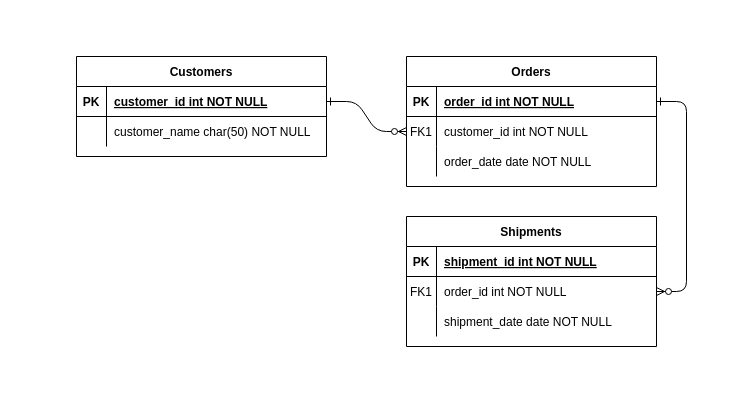
Earlier version of the draw.io diagram Структура админраздела.drawio (suetnowic/solutions_to_tasks_for_trainees). Source tidied: cells renumbered, new cells numbered last; positions are measured from the earlier drawing's top-left corner, leaving out a move shared by most shapes. Both pictures are drawn from the tidied source at 100%, with x=0, y=0 at pixel (76, 56).
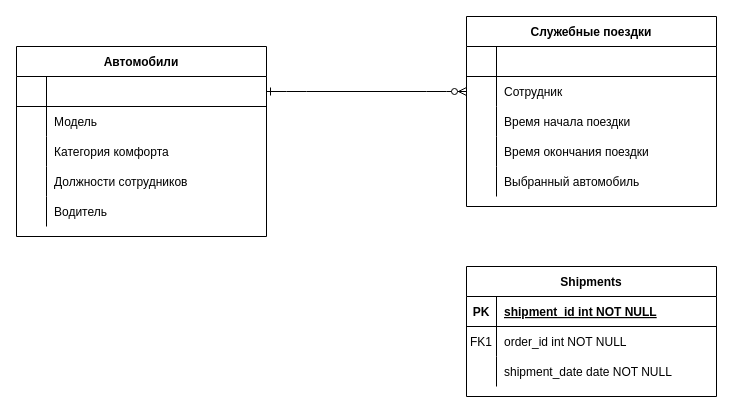
After the change.

The change refers to these unchanged cells:
```xml
<mxCell id="5" style="shape=partialRectangle;fillColor=none;points=[[0,0.5],[1,0.5]];portConstraint=eastwest;top=0;left=0;right=0;bottom=1;" parent="4" vertex="1">
  <mxGeometry y="30" width="250" height="30" as="geometry" />
</mxCell>
<mxCell id="8" style="shape=partialRectangle;fillColor=none;points=[[0,0.5],[1,0.5]];portConstraint=eastwest;top=0;left=0;right=0;bottom=0;" parent="4" vertex="1">
  <mxGeometry y="60" width="250" height="30" as="geometry" />
</mxCell>
<mxCell id="11" style="shape=partialRectangle;fillColor=none;top=0;left=0;right=0;bottom=0;" parent="4" vertex="1">
  <mxGeometry y="90" width="250" height="30" as="geometry" />
</mxCell>
<mxCell id="18" style="shape=partialRectangle;fillColor=none;points=[[0,0.5],[1,0.5]];portConstraint=eastwest;top=0;left=0;right=0;bottom=0;" parent="14" vertex="1">
  <mxGeometry y="60" width="250" height="30" as="geometry" />
</mxCell>
<mxCell id="28" style="shape=partialRectangle;fillColor=none;top=0;left=0;right=0;bottom=0;" parent="24" vertex="1">
  <mxGeometry y="60" width="250" height="30" as="geometry" />
</mxCell>
```

Change to the diagram source:
```diff
@@
-    <mxCell id="3" style="edgeStyle=entityRelationEdgeStyle;endArrow=ERzeroToMany;startArrow=ERone;endFill=1;startFill=0;" parent="1" edge="1" source="5" target="18">
-      <mxGeometry relative="1" as="geometry" />
-    </mxCell>
-    <mxCell id="4" value="Orders" style="shape=table;startSize=30;childLayout=tableLayout;rowLines=0;fontStyle=1;align=center;" parent="1" vertex="1">
-      <mxGeometry x="330" width="250" height="130" as="geometry" />
+    <mxCell id="4" value="Служебные поездки" style="shape=table;startSize=30;childLayout=tableLayout;rowLines=0;fontStyle=1;align=center;" parent="1" vertex="1">
+      <mxGeometry x="390" y="-40" width="250" height="190" as="geometry" />
     </mxCell>
@@
-    <mxCell id="6" value="PK" style="shape=partialRectangle;overflow=hidden;fillColor=none;top=0;left=0;bottom=0;right=0;fontStyle=1;" parent="5" vertex="1">
+    <mxCell id="6" style="shape=partialRectangle;overflow=hidden;fillColor=none;top=0;left=0;bottom=0;right=0;fontStyle=1;" parent="5" vertex="1">
       <mxGeometry width="30" height="30" as="geometry" />
     </mxCell>
-    <mxCell id="7" value="order_id int NOT NULL " style="shape=partialRectangle;overflow=hidden;fillColor=none;top=0;left=0;bottom=0;right=0;align=left;spacingLeft=6;fontStyle=5;" parent="5" vertex="1">
+    <mxCell id="7" style="shape=partialRectangle;overflow=hidden;fillColor=none;top=0;left=0;bottom=0;right=0;align=left;spacingLeft=6;fontStyle=5;" parent="5" vertex="1">
       <mxGeometry x="30" width="220" height="30" as="geometry" />
     </mxCell>
@@
-    <mxCell id="9" value="FK1" style="shape=partialRectangle;overflow=hidden;fillColor=none;top=0;left=0;bottom=0;right=0;" parent="8" vertex="1">
+    <mxCell id="9" style="shape=partialRectangle;overflow=hidden;fillColor=none;top=0;left=0;bottom=0;right=0;" parent="8" vertex="1">
       <mxGeometry width="30" height="30" as="geometry" />
     </mxCell>
-    <mxCell id="10" value="customer_id int NOT NULL" style="shape=partialRectangle;overflow=hidden;fillColor=none;top=0;left=0;bottom=0;right=0;align=left;spacingLeft=6;" parent="8" vertex="1">
+    <mxCell id="10" value="Сотрудник" style="shape=partialRectangle;overflow=hidden;fillColor=none;top=0;left=0;bottom=0;right=0;align=left;spacingLeft=6;" parent="8" vertex="1">
       <mxGeometry x="30" width="220" height="30" as="geometry" />
     </mxCell>
@@
-    <mxCell id="13" value="order_date date NOT NULL" style="shape=partialRectangle;overflow=hidden;fillColor=none;top=0;left=0;bottom=0;right=0;align=left;spacingLeft=6;" parent="11" vertex="1">
+    <mxCell id="13" value="Время начала поездки" style="shape=partialRectangle;overflow=hidden;fillColor=none;top=0;left=0;bottom=0;right=0;align=left;spacingLeft=6;" parent="11" vertex="1">
       <mxGeometry x="30" width="220" height="30" as="geometry" />
     </mxCell>
+    <mxCell id="31" style="shape=partialRectangle;fillColor=none;top=0;left=0;right=0;bottom=0;" parent="4" vertex="1">
+      <mxGeometry y="120" width="250" height="30" as="geometry" />
+    </mxCell>
+    <mxCell id="32" style="shape=partialRectangle;overflow=hidden;fillColor=none;top=0;left=0;bottom=0;right=0;" parent="31" vertex="1">
+      <mxGeometry width="30" height="30" as="geometry" />
+    </mxCell>
+    <mxCell id="33" value="Время окончания поездки" style="shape=partialRectangle;overflow=hidden;fillColor=none;top=0;left=0;bottom=0;right=0;align=left;spacingLeft=6;" parent="31" vertex="1">
+      <mxGeometry x="30" width="220" height="30" as="geometry" />
+    </mxCell>
+    <mxCell id="34" style="shape=partialRectangle;fillColor=none;top=0;left=0;right=0;bottom=0;" parent="4" vertex="1">
+      <mxGeometry y="150" width="250" height="30" as="geometry" />
+    </mxCell>
+    <mxCell id="35" style="shape=partialRectangle;overflow=hidden;fillColor=none;top=0;left=0;bottom=0;right=0;" parent="34" vertex="1">
+      <mxGeometry width="30" height="30" as="geometry" />
+    </mxCell>
+    <mxCell id="36" value="Выбранный автомобиль" style="shape=partialRectangle;overflow=hidden;fillColor=none;top=0;left=0;bottom=0;right=0;align=left;spacingLeft=6;" parent="34" vertex="1">
+      <mxGeometry x="30" width="220" height="30" as="geometry" />
+    </mxCell>
     <mxCell id="14" value="Shipments" style="shape=table;startSize=30;childLayout=tableLayout;rowLines=0;fontStyle=1;align=center;" parent="1" vertex="1">
-      <mxGeometry x="330" y="160" width="250" height="130" as="geometry" />
+      <mxGeometry x="390" y="210" width="250" height="130" as="geometry" />
     </mxCell>
@@
-    <mxCell id="24" value="Customers" style="shape=table;startSize=30;childLayout=tableLayout;rowLines=0;fontStyle=1;align=center;" parent="1" vertex="1">
-      <mxGeometry width="250" height="100" as="geometry" />
+    <mxCell id="24" value="Автомобили" style="shape=table;startSize=30;childLayout=tableLayout;rowLines=0;fontStyle=1;align=center;" parent="1" vertex="1">
+      <mxGeometry x="-60" y="-10" width="250" height="190" as="geometry" />
     </mxCell>
-    <mxCell id="25" style="shape=partialRectangle;fillColor=none;points=[[0,0.5],[1,0.5]];portConstraint=eastwest;top=0;left=0;right=0;bottom=1;" parent="24" vertex="1">
+    <mxCell id="25" style="shape=partialRectangle;fillColor=none;points=[[0,0.5],[1,0.5]];portConstraint=eastwest;top=0;left=0;right=0;bottom=1;fontStyle=1;" parent="24" vertex="1">
       <mxGeometry y="30" width="250" height="30" as="geometry" />
     </mxCell>
-    <mxCell id="26" value="PK" style="shape=partialRectangle;overflow=hidden;fillColor=none;top=0;left=0;bottom=0;right=0;fontStyle=1;" parent="25" vertex="1">
+    <mxCell id="26" style="shape=partialRectangle;overflow=hidden;fillColor=none;top=0;left=0;bottom=0;right=0;fontStyle=1;" parent="25" vertex="1">
       <mxGeometry width="30" height="30" as="geometry" />
     </mxCell>
-    <mxCell id="27" value="customer_id int NOT NULL " style="shape=partialRectangle;overflow=hidden;fillColor=none;top=0;left=0;bottom=0;right=0;align=left;spacingLeft=6;fontStyle=5;" parent="25" vertex="1">
+    <mxCell id="27" style="shape=partialRectangle;overflow=hidden;fillColor=none;top=0;left=0;bottom=0;right=0;align=left;spacingLeft=6;fontStyle=0;" parent="25" vertex="1">
       <mxGeometry x="30" width="220" height="30" as="geometry" />
     </mxCell>
@@
-    <mxCell id="30" value="customer_name char(50) NOT NULL" style="shape=partialRectangle;overflow=hidden;fillColor=none;top=0;left=0;bottom=0;right=0;align=left;spacingLeft=6;" parent="28" vertex="1">
+    <mxCell id="30" value="Модель" style="shape=partialRectangle;overflow=hidden;fillColor=none;top=0;left=0;bottom=0;right=0;align=left;spacingLeft=6;" parent="28" vertex="1">
       <mxGeometry x="30" width="220" height="30" as="geometry" />
     </mxCell>
+    <mxCell id="37" style="shape=partialRectangle;fillColor=none;top=0;left=0;right=0;bottom=0;" parent="24" vertex="1">
+      <mxGeometry y="90" width="250" height="30" as="geometry" />
+    </mxCell>
+    <mxCell id="38" style="shape=partialRectangle;overflow=hidden;fillColor=none;top=0;left=0;bottom=0;right=0;" parent="37" vertex="1">
+      <mxGeometry width="30" height="30" as="geometry" />
+    </mxCell>
+    <mxCell id="39" value="Категория комфорта" style="shape=partialRectangle;overflow=hidden;fillColor=none;top=0;left=0;bottom=0;right=0;align=left;spacingLeft=6;" parent="37" vertex="1">
+      <mxGeometry x="30" width="220" height="30" as="geometry" />
+    </mxCell>
+    <mxCell id="40" style="shape=partialRectangle;fillColor=none;top=0;left=0;right=0;bottom=0;" parent="24" vertex="1">
+      <mxGeometry y="120" width="250" height="30" as="geometry" />
+    </mxCell>
+    <mxCell id="41" style="shape=partialRectangle;overflow=hidden;fillColor=none;top=0;left=0;bottom=0;right=0;" parent="40" vertex="1">
+      <mxGeometry width="30" height="30" as="geometry" />
+    </mxCell>
+    <mxCell id="42" value="Должности сотрудников" style="shape=partialRectangle;overflow=hidden;fillColor=none;top=0;left=0;bottom=0;right=0;align=left;spacingLeft=6;" parent="40" vertex="1">
+      <mxGeometry x="30" width="220" height="30" as="geometry" />
+    </mxCell>
+    <mxCell id="43" style="shape=partialRectangle;fillColor=none;top=0;left=0;right=0;bottom=0;" parent="24" vertex="1">
+      <mxGeometry y="150" width="250" height="30" as="geometry" />
+    </mxCell>
+    <mxCell id="44" style="shape=partialRectangle;overflow=hidden;fillColor=none;top=0;left=0;bottom=0;right=0;" parent="43" vertex="1">
+      <mxGeometry width="30" height="30" as="geometry" />
+    </mxCell>
+    <mxCell id="45" value="Водитель" style="shape=partialRectangle;overflow=hidden;fillColor=none;top=0;left=0;bottom=0;right=0;align=left;spacingLeft=6;" parent="43" vertex="1">
+      <mxGeometry x="30" width="220" height="30" as="geometry" />
+    </mxCell>
+    <mxCell id="46" style="shape=partialRectangle;overflow=hidden;fillColor=none;top=0;left=0;bottom=0;right=0;align=left;spacingLeft=6;fontStyle=0;" parent="1" vertex="1">
+      <mxGeometry x="-30" y="20" width="220" height="30" as="geometry" />
+    </mxCell>
```
